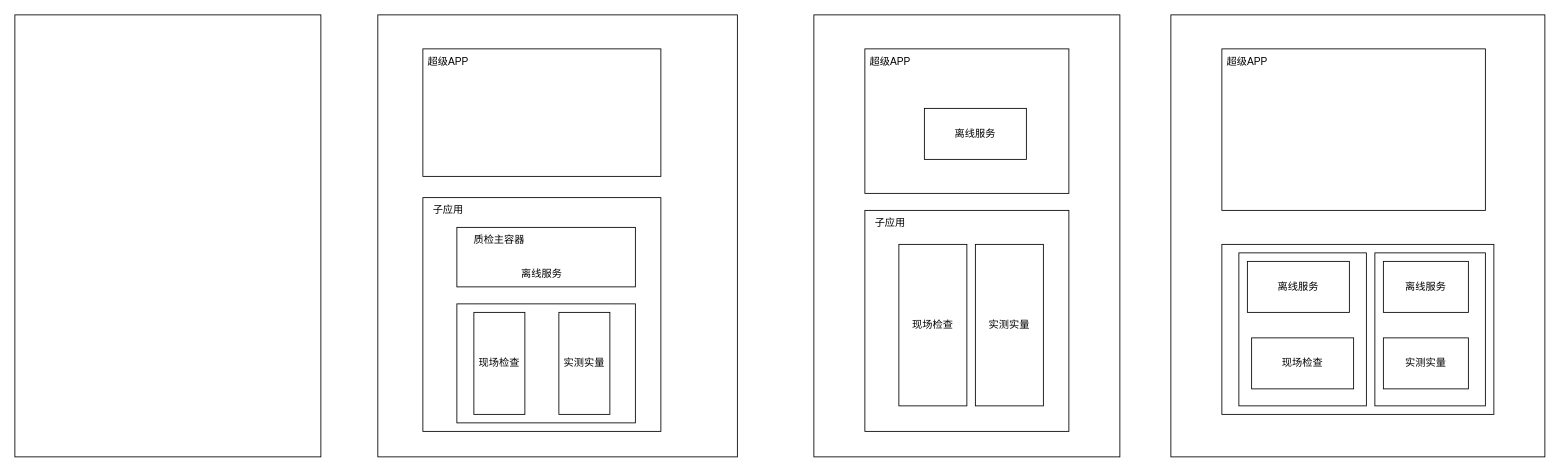
Earlier version of the draw.io diagram micro/Untitled Diagram.drawio (jsven/design-draw). Source tidied: cells renumbered, new cells numbered last; positions are measured from the earlier drawing's top-left corner, leaving out a move shared by most shapes. Both pictures are drawn from the tidied source at 85%, with x=0, y=0 at pixel (14, 14).
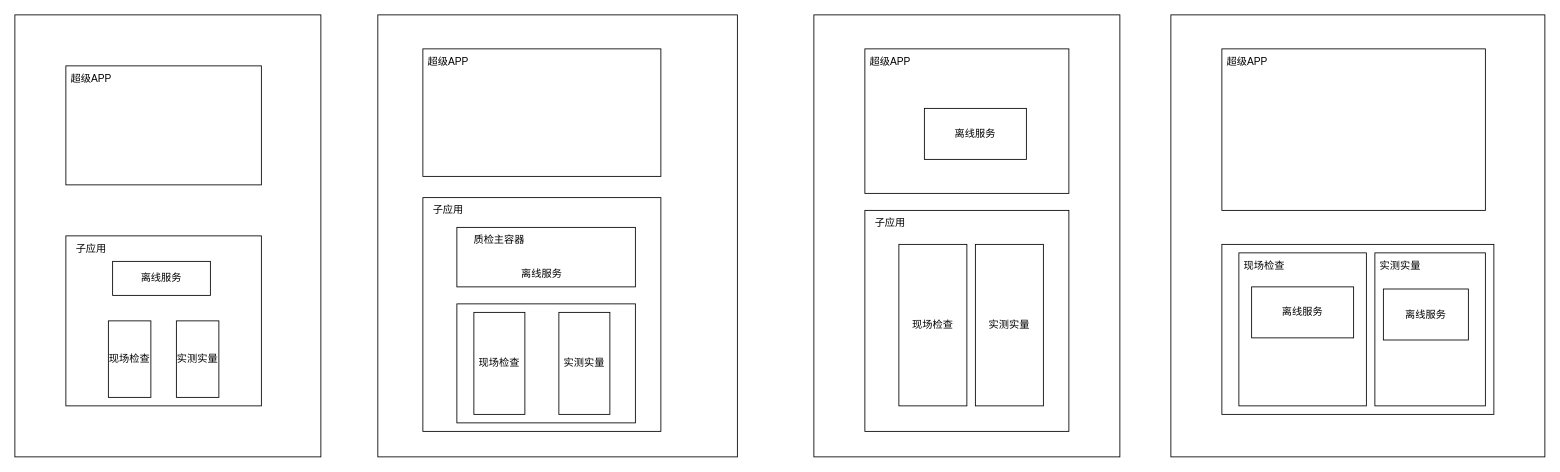
Above is the later version.

Diff of the diagram source:
```diff
@@
     <mxCell id="27" value="离线服务" style="rounded=0;whiteSpace=wrap;html=1;fillColor=none;" parent="1" vertex="1">
-      <mxGeometry x="1450" y="290" width="120" height="60" as="geometry" />
+      <mxGeometry x="1455" y="320" width="120" height="60" as="geometry" />
     </mxCell>
-    <mxCell id="28" value="现场检查" style="rounded=0;whiteSpace=wrap;html=1;fillColor=none;" parent="1" vertex="1">
-      <mxGeometry x="1455" y="380" width="120" height="60" as="geometry" />
-    </mxCell>
@@
     <mxCell id="30" value="离线服务" style="rounded=0;whiteSpace=wrap;html=1;fillColor=none;" parent="1" vertex="1">
-      <mxGeometry x="1610" y="290" width="100" height="60" as="geometry" />
+      <mxGeometry x="1610" y="322.5" width="100" height="60" as="geometry" />
     </mxCell>
+    <mxCell id="32" style="rounded=0;whiteSpace=wrap;html=1;fillColor=none;" parent="1" vertex="1">
+      <mxGeometry x="60" y="60" width="230" height="140" as="geometry" />
+    </mxCell>
+    <mxCell id="33" value="超级APP" style="text;html=1;strokeColor=none;fillColor=none;align=center;verticalAlign=middle;whiteSpace=wrap;rounded=0;" parent="1" vertex="1">
+      <mxGeometry x="60" y="60" width="60" height="30" as="geometry" />
+    </mxCell>
+    <mxCell id="34" style="rounded=0;whiteSpace=wrap;html=1;fillColor=none;" parent="1" vertex="1">
+      <mxGeometry x="60" y="260" width="230" height="200" as="geometry" />
+    </mxCell>
+    <mxCell id="35" value="离线服务" style="rounded=0;whiteSpace=wrap;html=1;fillColor=none;" parent="1" vertex="1">
+      <mxGeometry x="115" y="290" width="115" height="40" as="geometry" />
+    </mxCell>
+    <mxCell id="28" value="现场检查" style="rounded=0;whiteSpace=wrap;html=1;fillColor=none;" parent="1" vertex="1">
+      <mxGeometry x="110" y="360" width="50" height="90" as="geometry" />
+    </mxCell>
     <mxCell id="31" value="实测实量" style="rounded=0;whiteSpace=wrap;html=1;fillColor=none;" parent="1" vertex="1">
-      <mxGeometry x="1610" y="380" width="100" height="60" as="geometry" />
+      <mxGeometry x="190" y="360" width="50" height="90" as="geometry" />
     </mxCell>
+    <mxCell id="36" value="子应用" style="text;html=1;strokeColor=none;fillColor=none;align=center;verticalAlign=middle;whiteSpace=wrap;rounded=0;" parent="1" vertex="1">
+      <mxGeometry x="60" y="260" width="60" height="30" as="geometry" />
+    </mxCell>
+    <mxCell id="37" value="现场检查" style="text;html=1;strokeColor=none;fillColor=none;align=center;verticalAlign=middle;whiteSpace=wrap;rounded=0;" parent="1" vertex="1">
+      <mxGeometry x="1440" y="280" width="60" height="30" as="geometry" />
+    </mxCell>
+    <mxCell id="38" value="实测实量" style="text;html=1;strokeColor=none;fillColor=none;align=center;verticalAlign=middle;whiteSpace=wrap;rounded=0;" parent="1" vertex="1">
+      <mxGeometry x="1600" y="280" width="60" height="30" as="geometry" />
+    </mxCell>
```
